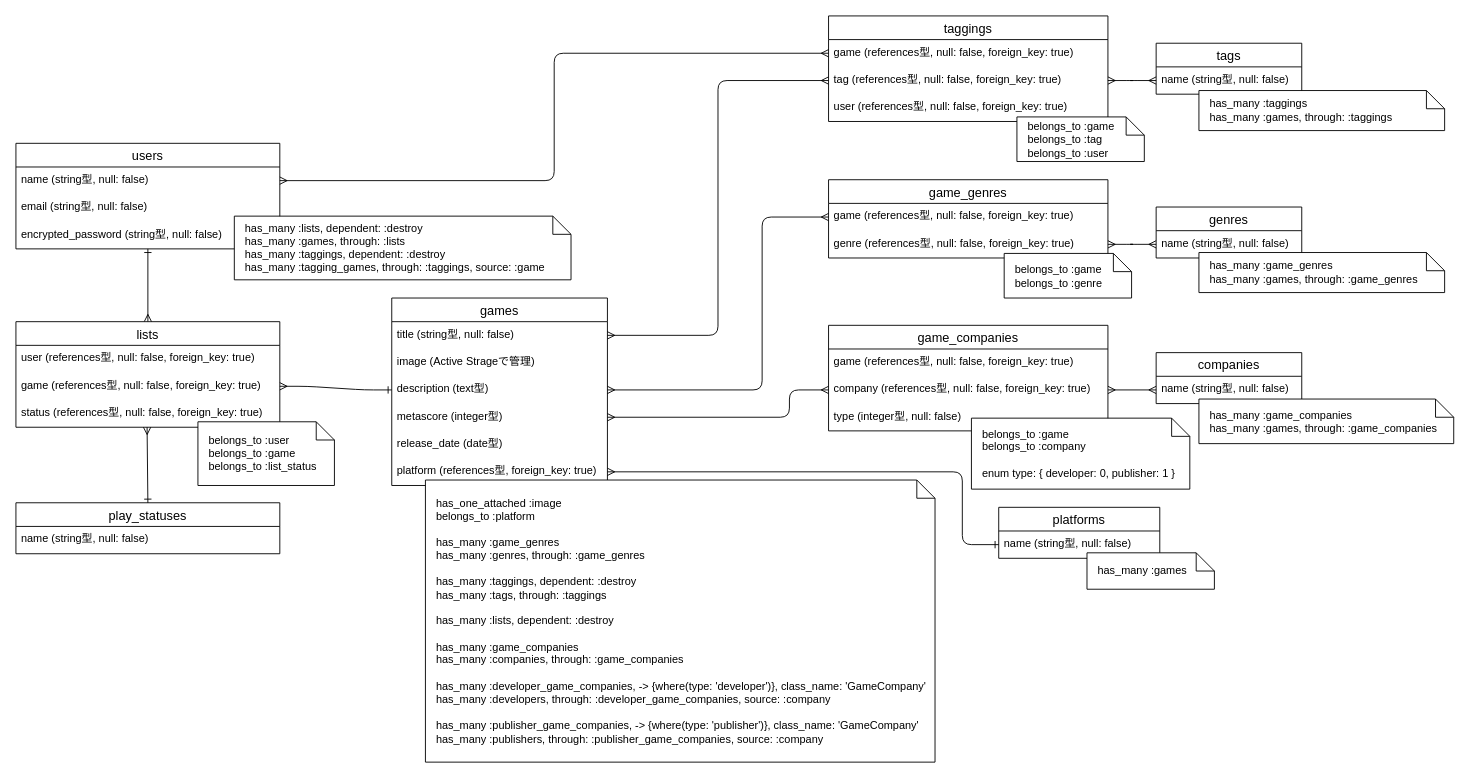
nobmurakami/my-game-db keeps this draw.io diagram as erd.dio. Above is the earlier version. Source tidied: cells renumbered, new cells numbered last; positions are measured from the earlier drawing's top-left corner, leaving out a move shared by most shapes. Both pictures are drawn from the tidied source at 91%, with x=0, y=0 at pixel (15, 15).
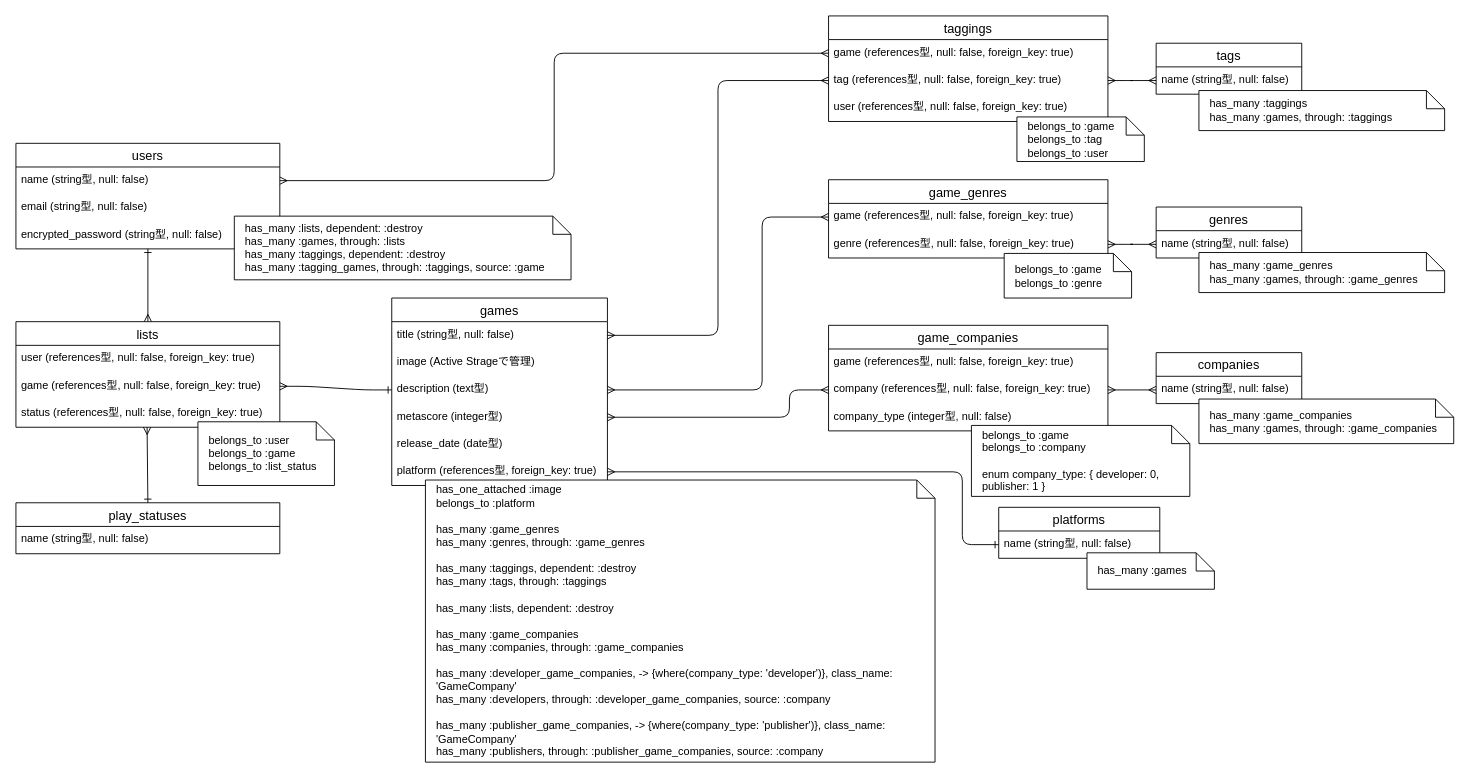
After the change.

Unchanged cells that the change refers to:
```xml
<mxCell id="27" value="game_companies" style="swimlane;fontStyle=0;horizontal=1;startSize=26;align=center;fontSize=14;" parent="1" vertex="1">
  <mxGeometry x="893" y="340" width="307" height="116" as="geometry" />
</mxCell>
```

What changed in the source:
```diff
@@
-    <mxCell id="30" value="type (integer型, null: false)" style="text;strokeColor=none;fillColor=none;spacingLeft=4;spacingRight=4;overflow=hidden;fontSize=12;" parent="27" vertex="1">
+    <mxCell id="30" value="company_type (integer型, null: false)" style="text;strokeColor=none;fillColor=none;spacingLeft=4;spacingRight=4;overflow=hidden;fontSize=12;" parent="27" vertex="1">
       <mxGeometry y="86" width="307" height="30" as="geometry" />
     </mxCell>
@@
-    <mxCell id="50" value="has_one_attached :image&lt;br&gt;belongs_to :platform&lt;br&gt;&lt;br&gt;has_many :game_genres&lt;br&gt;has_many :genres, through: :game_genres&lt;br&gt;&lt;br&gt;has_many :taggings, dependent: :destroy&lt;br&gt;has_many :tags, through: :taggings&lt;br&gt;&lt;br&gt;has_many :lists, dependent: :destroy&lt;br&gt;&lt;br&gt;&lt;div&gt;has_many :game_companies&lt;/div&gt;&lt;div&gt;has_many :companies, through: :game_companies&lt;/div&gt;&lt;div&gt;&lt;br&gt;&lt;/div&gt;&lt;div&gt;&lt;div&gt;has_many :developer_game_companies, -&amp;gt; {where(type: 'developer')}, class_name: 'GameCompany'&lt;/div&gt;&lt;div&gt;has_many :developers, through: :developer_game_companies, source: :company&lt;/div&gt;&lt;div&gt;&lt;br&gt;&lt;/div&gt;&lt;div&gt;has_many :publisher_game_companies, -&amp;gt; {where(type: 'publisher')}, class_name: 'GameCompany'&lt;/div&gt;&lt;div&gt;has_many :publishers, through: :publisher_game_companies, source: :company&lt;/div&gt;&lt;/div&gt;" style="shape=note;size=20;whiteSpace=wrap;html=1;align=left;spacingLeft=10;" parent="1" vertex="1">
+    <mxCell id="50" value="has_one_attached :image&lt;br&gt;belongs_to :platform&lt;br&gt;&lt;br&gt;has_many :game_genres&lt;br&gt;has_many :genres, through: :game_genres&lt;br&gt;&lt;br&gt;has_many :taggings, dependent: :destroy&lt;br&gt;has_many :tags, through: :taggings&lt;br&gt;&lt;br&gt;has_many :lists, dependent: :destroy&lt;br&gt;&lt;br&gt;&lt;div&gt;has_many :game_companies&lt;/div&gt;&lt;div&gt;has_many :companies, through: :game_companies&lt;/div&gt;&lt;div&gt;&lt;br&gt;&lt;/div&gt;&lt;div&gt;&lt;div&gt;has_many :developer_game_companies, -&amp;gt; {where(company_type: 'developer')}, class_name: 'GameCompany'&lt;/div&gt;&lt;div&gt;has_many :developers, through: :developer_game_companies, source: :company&lt;/div&gt;&lt;div&gt;&lt;br&gt;&lt;/div&gt;&lt;div&gt;has_many :publisher_game_companies, -&amp;gt; {where(company_type: 'publisher')}, class_name: 'GameCompany'&lt;/div&gt;&lt;div&gt;has_many :publishers, through: :publisher_game_companies, source: :company&lt;/div&gt;&lt;/div&gt;" style="shape=note;size=20;whiteSpace=wrap;html=1;align=left;spacingLeft=10;" parent="1" vertex="1">
       <mxGeometry x="450" y="510" width="560" height="310" as="geometry" />
     </mxCell>
@@
-    <mxCell id="52" value="&lt;span&gt;belongs_to :game&lt;/span&gt;&lt;br&gt;&lt;div&gt;&lt;span&gt;belongs_to :company&lt;/span&gt;&lt;/div&gt;&lt;div&gt;&lt;br&gt;&lt;/div&gt;&lt;div&gt;enum type: { developer: 0, publisher: 1 }&lt;br&gt;&lt;/div&gt;" style="shape=note;size=20;whiteSpace=wrap;html=1;align=left;spacingLeft=10;" parent="1" vertex="1">
-      <mxGeometry x="1050" y="442" width="240" height="78" as="geometry" />
+    <mxCell id="52" value="&lt;span&gt;belongs_to :game&lt;/span&gt;&lt;br&gt;&lt;div&gt;&lt;span&gt;belongs_to :company&lt;/span&gt;&lt;/div&gt;&lt;div&gt;&lt;br&gt;&lt;/div&gt;&lt;div&gt;enum company_type: { developer: 0, publisher: 1 }&lt;br&gt;&lt;/div&gt;" style="shape=note;size=20;whiteSpace=wrap;html=1;align=left;spacingLeft=10;" parent="1" vertex="1">
+      <mxGeometry x="1050" y="450" width="240" height="78" as="geometry" />
     </mxCell>
```
